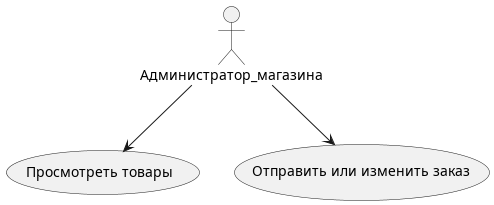
BombasticFantastik/PIS_Course_work keeps this PlantUML diagram as uml-диаграммы/out/Администратор/диаграммы_прецедентов_Администратор_магазина/Администратор_мазагина.png. Above is the earlier version. The source it was exported from:
```plantuml
@startuml Администратор_мазагина

Администратор_магазина --> (Просмотреть товары)
Администратор_магазина --> (Отправить или изменить заказ)



@enduml
```
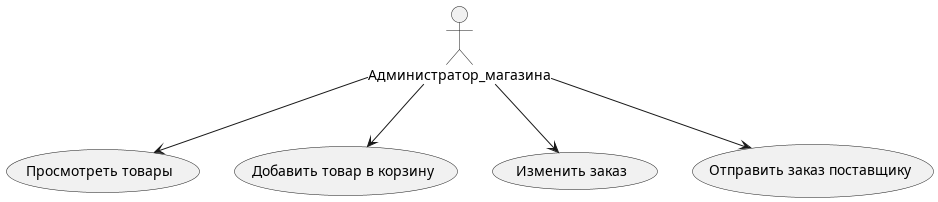
After the change.

Change to the diagram source:
```diff
@@ -1,7 +1,9 @@
 @startuml Администратор_мазагина
 
 Администратор_магазина --> (Просмотреть товары)
-Администратор_магазина --> (Отправить или изменить заказ)
+Администратор_магазина --> (Добавить товар в корзину)
+Администратор_магазина --> (Изменить заказ)
+Администратор_магазина --> (Отправить заказ поставщику)
 
 
 
```
